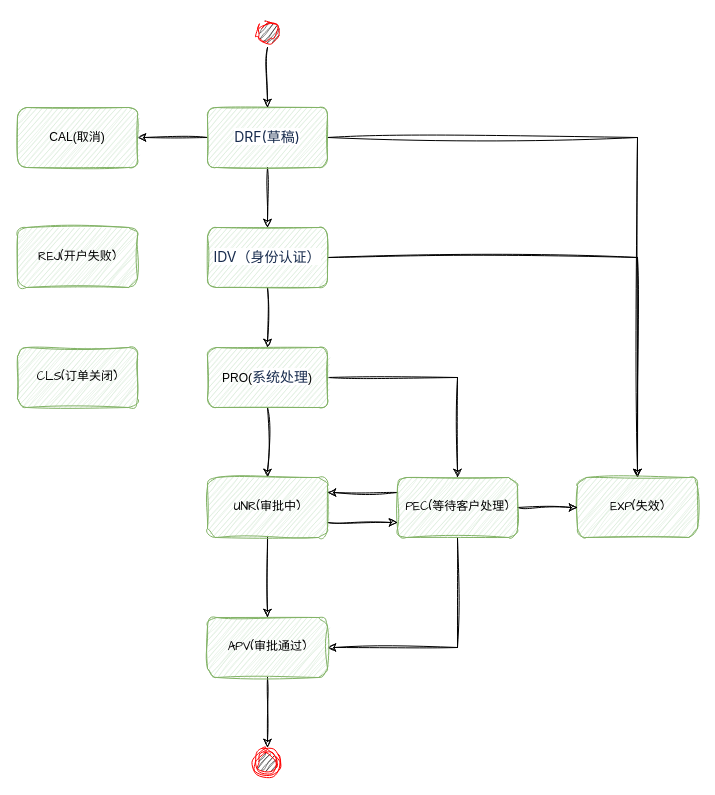
Earlier version of the draw.io diagram EOB开户申请状态流转.drawio (QirongZhang/draw.io.repo). Source tidied: cells renumbered, new cells numbered last; positions are measured from the earlier drawing's top-left corner, leaving out a move shared by most shapes. Both pictures are drawn from the tidied source at 100%, with x=0, y=0 at pixel (17, 17).
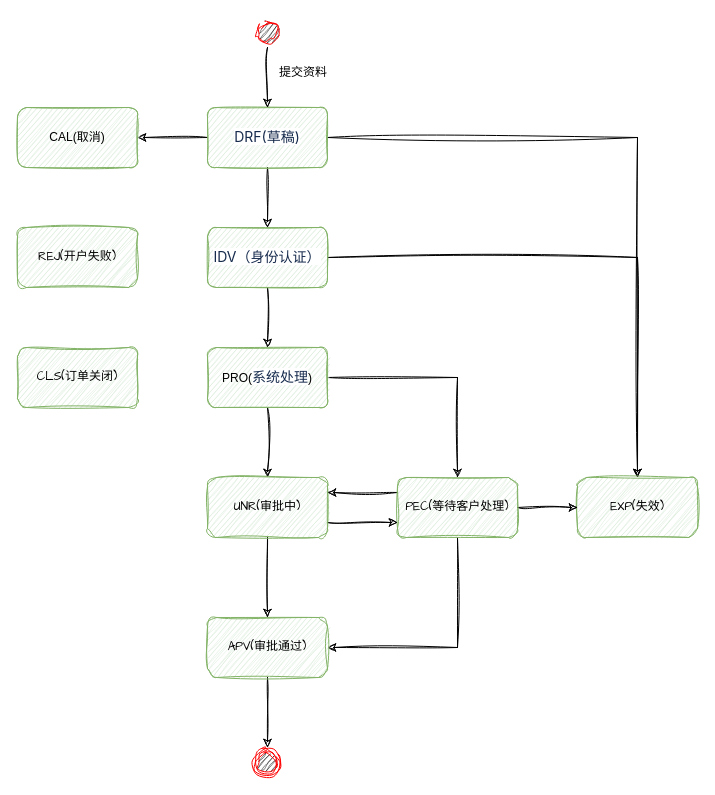
After the change.

Commit message:
更新EOB开户申请状态流转.drawio

Change to the diagram source:
```diff
@@
+    <mxCell id="28" value="提交资料" style="text;html=1;strokeColor=none;fillColor=none;align=center;verticalAlign=middle;whiteSpace=wrap;rounded=0;" parent="1" vertex="1">
+      <mxGeometry x="256" y="40" width="60" height="30" as="geometry" />
+    </mxCell>
```
